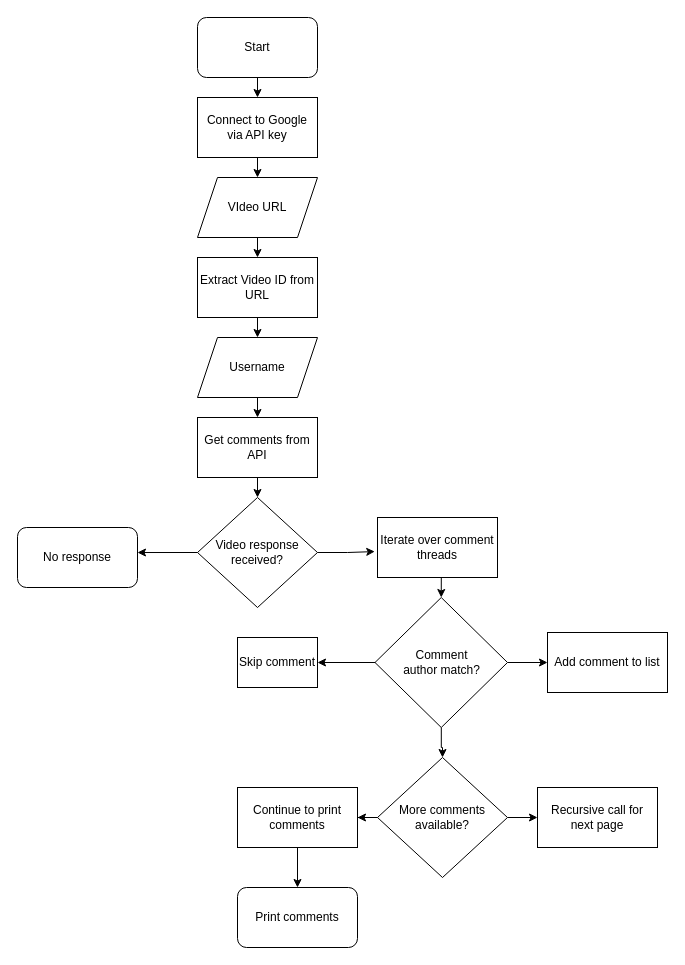
The draw.io diagram Screenshot/Untitled Diagram.drawio in BrutalBotX/youtube_commentsXtractor, before the edit. Source tidied: cells renumbered, new cells numbered last; positions are measured from the earlier drawing's top-left corner, leaving out a move shared by most shapes. Both pictures are drawn from the tidied source at 100%, with x=0, y=0 at pixel (17, 17).
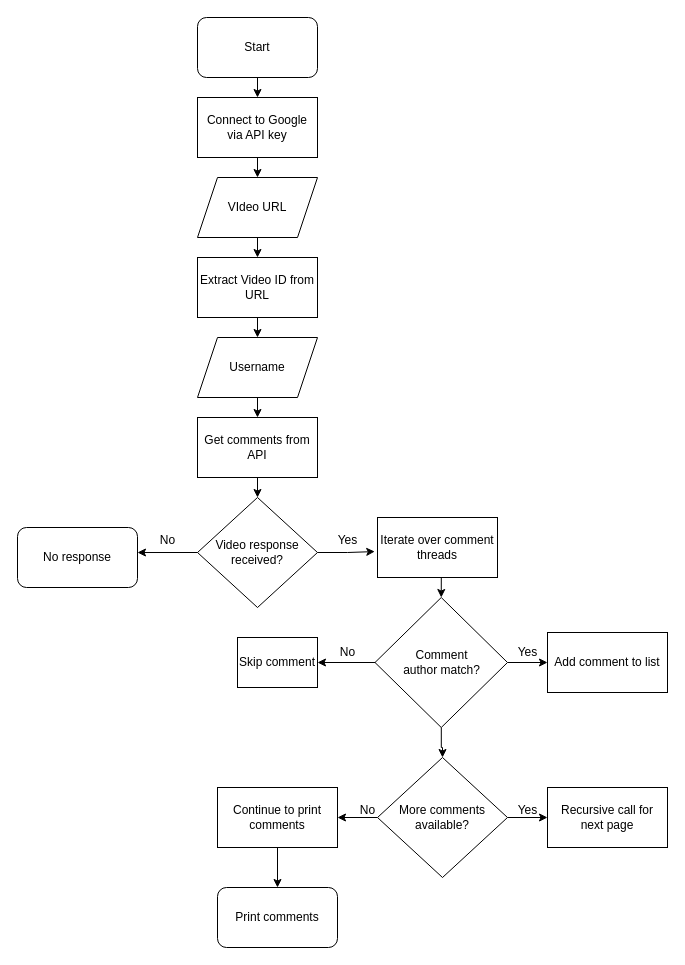
The same diagram, later.

The edit, as a diff of the source:
```diff
@@
     <mxCell id="26" value="Recursive call for next page" style="rounded=0;whiteSpace=wrap;html=1;" parent="1" vertex="1">
-      <mxGeometry x="520" y="770" width="120" height="60" as="geometry" />
+      <mxGeometry x="530" y="770" width="120" height="60" as="geometry" />
     </mxCell>
@@
     <mxCell id="28" value="Continue to print comments" style="rounded=0;whiteSpace=wrap;html=1;" parent="1" vertex="1">
-      <mxGeometry x="220" y="770" width="120" height="60" as="geometry" />
+      <mxGeometry x="200" y="770" width="120" height="60" as="geometry" />
     </mxCell>
@@
     <mxCell id="30" value="Print comments" style="rounded=1;whiteSpace=wrap;html=1;" parent="1" vertex="1">
-      <mxGeometry x="220" y="870" width="120" height="60" as="geometry" />
+      <mxGeometry x="200" y="870" width="120" height="60" as="geometry" />
     </mxCell>
@@
+    <mxCell id="33" value="Yes" style="text;html=1;align=center;verticalAlign=middle;strokeColor=none;fillColor=none;" parent="1" vertex="1">
+      <mxGeometry x="490" y="778" width="40" height="30" as="geometry" />
+    </mxCell>
+    <mxCell id="34" value="No" style="text;html=1;align=center;verticalAlign=middle;strokeColor=none;fillColor=none;" parent="1" vertex="1">
+      <mxGeometry x="330" y="778" width="40" height="30" as="geometry" />
+    </mxCell>
+    <mxCell id="35" value="Yes" style="text;html=1;align=center;verticalAlign=middle;strokeColor=none;fillColor=none;" parent="1" vertex="1">
+      <mxGeometry x="490" y="620" width="40" height="30" as="geometry" />
+    </mxCell>
+    <mxCell id="36" value="No" style="text;html=1;align=center;verticalAlign=middle;strokeColor=none;fillColor=none;" parent="1" vertex="1">
+      <mxGeometry x="310" y="620" width="40" height="30" as="geometry" />
+    </mxCell>
+    <mxCell id="37" value="Yes" style="text;html=1;align=center;verticalAlign=middle;strokeColor=none;fillColor=none;" parent="1" vertex="1">
+      <mxGeometry x="310" y="508" width="40" height="30" as="geometry" />
+    </mxCell>
+    <mxCell id="38" value="No" style="text;html=1;align=center;verticalAlign=middle;strokeColor=none;fillColor=none;" parent="1" vertex="1">
+      <mxGeometry x="130" y="508" width="40" height="30" as="geometry" />
+    </mxCell>
```
